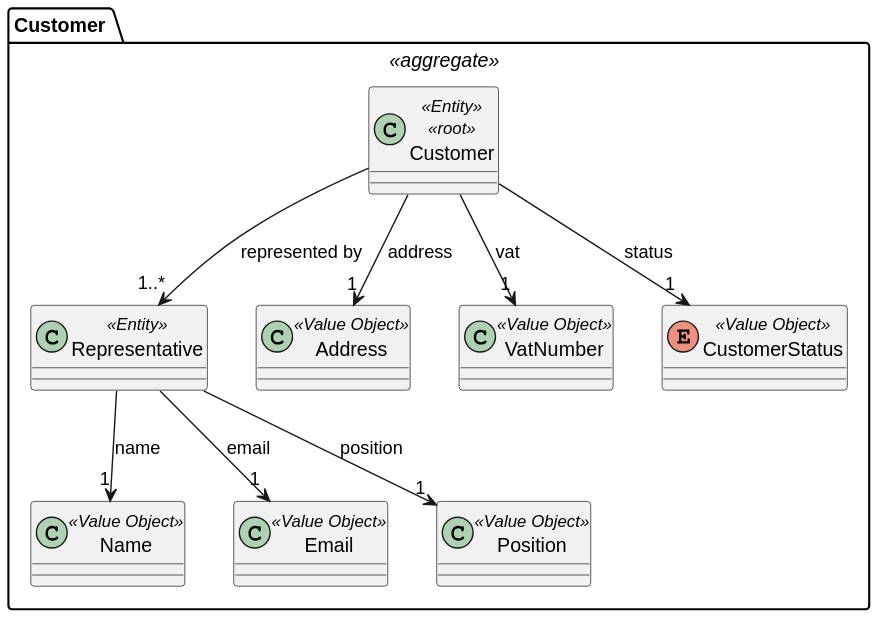
The PlantUML diagram docs/global_artifacts/analysis/images/domain_model_customer.svg in diogoveirospro/sem4pi-2024-2025-sem4pi_2024_2025_g44, before a commit.
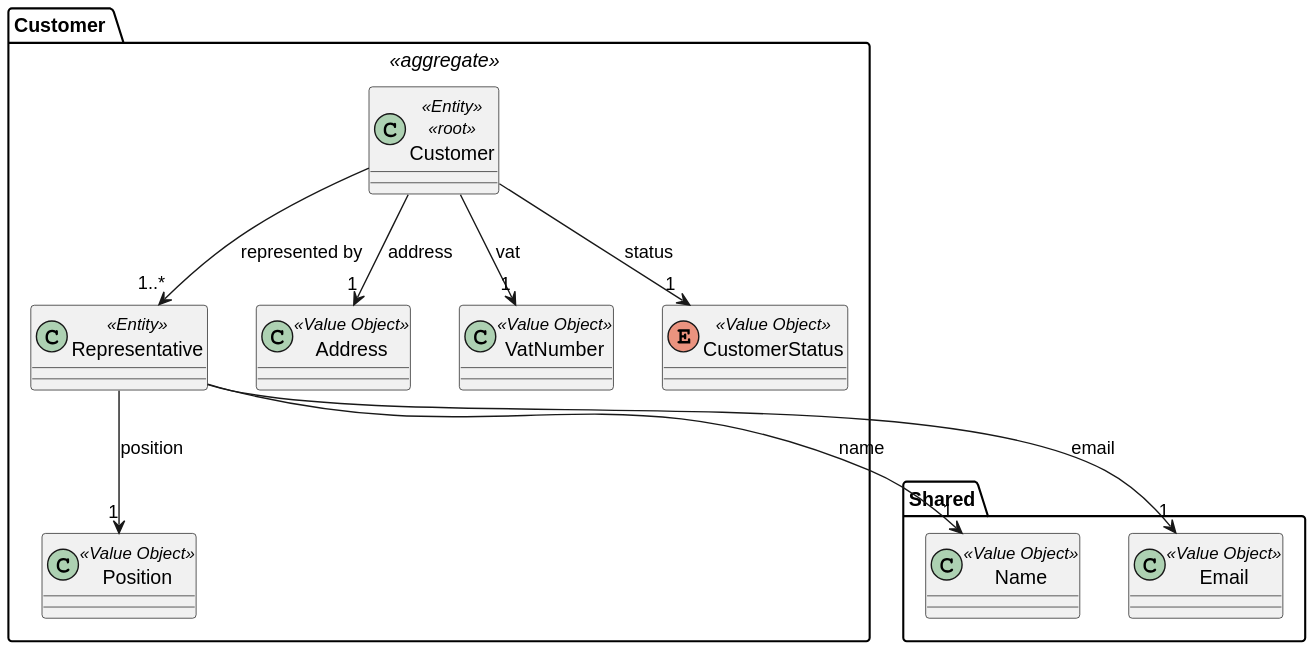
After the change.

Commit message:
#6 Addition of the “Shared” package to the domain model.

Diff of the diagram source:
```diff
@@ -12,12 +12,6 @@
     class VatNumber <<Value Object>>{
     }
 
-    class Name <<Value Object>>{
-    }
-
-    class Email <<Value Object>>{
-    }
-
     enum CustomerStatus <<Value Object>>{
     }
 
@@ -29,9 +23,20 @@
     Customer --> "1" Address : address
     Customer --> "1" CustomerStatus : status
 
-    Representative --> "1" Name : name
-    Representative --> "1" Email : email
     Representative --> "1" Position : position
 
 }
+
+package Shared {
+
+    class Name <<Value Object>>{
+    }
+
+    class Email <<Value Object>>{
+    }
+
+    Representative --> "1" Name : name
+    Representative --> "1" Email : email
+
+}
 @enduml
```
